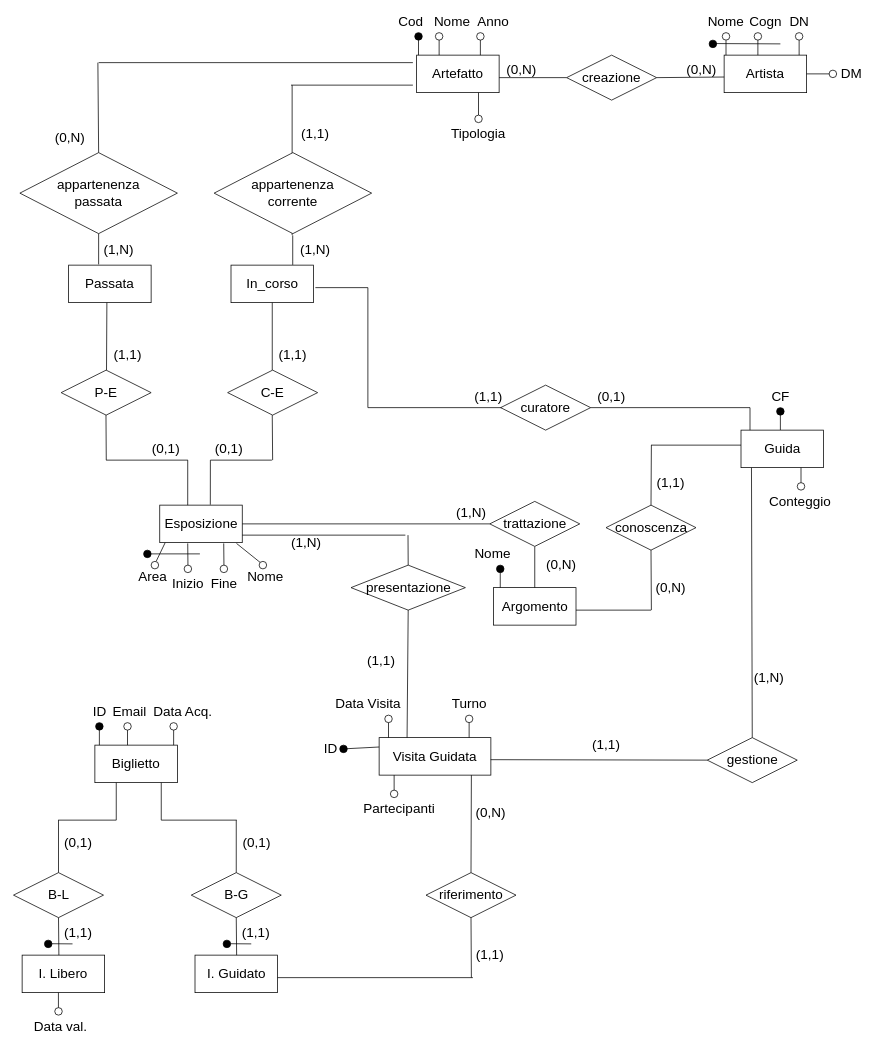
The draw.io diagram Er_Ristrutturato_v3.drawio in Chris-Libra-Unipd/ProgettoBasi, before the edit. Source tidied: cells renumbered, new cells numbered last; positions are measured from the earlier drawing's top-left corner, leaving out a move shared by most shapes. Both pictures are drawn from the tidied source at 75%, with x=0, y=0 at pixel (14, 17).
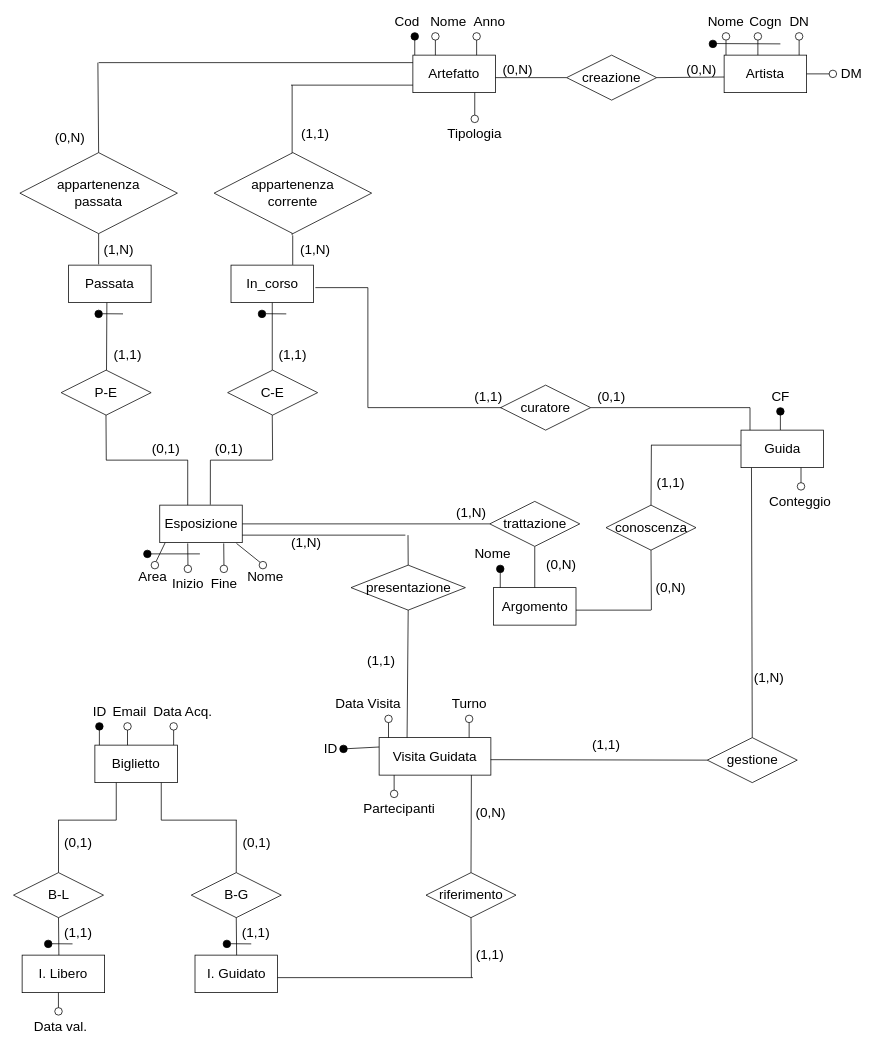
After the change.

Unchanged cells that the change refers to:
```xml
<mxCell id="32" value="&lt;font style=&quot;font-size: 18px;&quot;&gt;creazione&lt;/font&gt;" style="shape=rhombus;perimeter=rhombusPerimeter;whiteSpace=wrap;html=1;align=center;" parent="1" vertex="1">
  <mxGeometry x="737" y="50" width="120" height="60" as="geometry" />
</mxCell>
```

The edit, as a diff of the source:
```diff
@@
     <mxCell id="2" value="&lt;font style=&quot;font-size: 18px;&quot;&gt;Artefatto&lt;/font&gt;" style="whiteSpace=wrap;html=1;align=center;" parent="1" vertex="1">
-      <mxGeometry x="537" y="50" width="110" height="50" as="geometry" />
+      <mxGeometry x="532" y="50" width="110" height="50" as="geometry" />
     </mxCell>
     <mxCell id="3" style="endArrow=none;html=1;rounded=0;entryX=0.5;entryY=1;entryDx=0;entryDy=0;entryPerimeter=0;" parent="1" edge="1" source="12">
       <mxGeometry relative="1" as="geometry">
-        <mxPoint x="539.5" y="30" as="targetPoint" />
+        <mxPoint x="534.5" y="30" as="targetPoint" />
       </mxGeometry>
     </mxCell>
     <mxCell id="4" value="&lt;font style=&quot;font-size: 18px;&quot;&gt;Cod&lt;/font&gt;" style="text;html=1;align=center;verticalAlign=middle;whiteSpace=wrap;rounded=0;" parent="1" vertex="1">
-      <mxGeometry x="507" width="45" height="10" as="geometry" />
+      <mxGeometry x="502" width="45" height="10" as="geometry" />
     </mxCell>
     <mxCell id="5" style="verticalLabelPosition=bottom;verticalAlign=top;html=1;shape=mxgraph.flowchart.on-page_reference;" parent="1" vertex="1">
-      <mxGeometry x="562" y="20" width="10" height="10" as="geometry" />
+      <mxGeometry x="557" y="20" width="10" height="10" as="geometry" />
     </mxCell>
     <mxCell id="6" style="endArrow=none;html=1;rounded=0;entryX=0.5;entryY=1;entryDx=0;entryDy=0;entryPerimeter=0;" parent="1" edge="1" target="5">
       <mxGeometry relative="1" as="geometry">
-        <mxPoint x="567" y="50" as="sourcePoint" />
+        <mxPoint x="562" y="50" as="sourcePoint" />
       </mxGeometry>
     </mxCell>
     <mxCell id="7" value="&lt;font style=&quot;font-size: 18px;&quot;&gt;Nome&lt;/font&gt;" style="text;html=1;align=center;verticalAlign=middle;whiteSpace=wrap;rounded=0;" parent="1" vertex="1">
-      <mxGeometry x="562" width="45" height="10" as="geometry" />
+      <mxGeometry x="557" width="45" height="10" as="geometry" />
     </mxCell>
     <mxCell id="8" style="verticalLabelPosition=bottom;verticalAlign=top;html=1;shape=mxgraph.flowchart.on-page_reference;" parent="1" vertex="1">
-      <mxGeometry x="617" y="20" width="10" height="10" as="geometry" />
+      <mxGeometry x="612" y="20" width="10" height="10" as="geometry" />
     </mxCell>
     <mxCell id="9" style="endArrow=none;html=1;rounded=0;entryX=0.5;entryY=1;entryDx=0;entryDy=0;entryPerimeter=0;" parent="1" edge="1" target="8">
       <mxGeometry relative="1" as="geometry">
-        <mxPoint x="622" y="50" as="sourcePoint" />
+        <mxPoint x="617" y="50" as="sourcePoint" />
       </mxGeometry>
     </mxCell>
     <mxCell id="10" value="&lt;font style=&quot;font-size: 18px;&quot;&gt;Anno&lt;/font&gt;" style="text;html=1;align=center;verticalAlign=middle;whiteSpace=wrap;rounded=0;" parent="1" vertex="1">
-      <mxGeometry x="617" width="45" height="10" as="geometry" />
+      <mxGeometry x="612" width="45" height="10" as="geometry" />
     </mxCell>
     <mxCell id="11" style="endArrow=none;html=1;rounded=0;entryX=0.5;entryY=1;entryDx=0;entryDy=0;entryPerimeter=0;" parent="1" edge="1" target="12">
       <mxGeometry relative="1" as="geometry">
-        <mxPoint x="539.5" y="50" as="sourcePoint" />
+        <mxPoint x="534.5" y="50" as="sourcePoint" />
       </mxGeometry>
     </mxCell>
     <mxCell id="12" style="verticalLabelPosition=bottom;verticalAlign=top;html=1;shape=mxgraph.flowchart.on-page_reference;fillColor=#000000;" parent="1" vertex="1">
-      <mxGeometry x="534.5" y="20" width="10" height="10" as="geometry" />
+      <mxGeometry x="529.5" y="20" width="10" height="10" as="geometry" />
     </mxCell>
@@
-    <mxCell id="30" style="endArrow=none;html=1;rounded=0;entryX=0;entryY=0.5;entryDx=0;entryDy=0;" parent="1" edge="1" target="32">
-      <mxGeometry relative="1" as="geometry">
-        <mxPoint x="647" y="80" as="sourcePoint" />
-      </mxGeometry>
+    <mxCell id="30" style="endArrow=none;html=1;rounded=0;entryX=0;entryY=0.5;entryDx=0;entryDy=0;exitX=1;exitY=0.6;exitDx=0;exitDy=0;exitPerimeter=0;" parent="1" edge="1" source="2" target="32">
+      <mxGeometry relative="1" as="geometry" />
     </mxCell>
@@
     <mxCell id="33" value="&lt;font style=&quot;font-size: 18px;&quot;&gt;(0,N)&lt;/font&gt;" style="text;html=1;align=center;verticalAlign=middle;whiteSpace=wrap;rounded=0;" parent="1" vertex="1">
-      <mxGeometry x="657" y="60" width="40" height="20" as="geometry" />
+      <mxGeometry x="652" y="60" width="40" height="20" as="geometry" />
     </mxCell>
@@
     <mxCell id="115" style="verticalLabelPosition=bottom;verticalAlign=top;html=1;shape=mxgraph.flowchart.on-page_reference;fillColor=#FFFFFF;" parent="1" vertex="1">
-      <mxGeometry x="614.5" y="130" width="10" height="10" as="geometry" />
+      <mxGeometry x="609.5" y="130" width="10" height="10" as="geometry" />
     </mxCell>
     <mxCell id="116" value="&lt;font style=&quot;font-size: 18px;&quot;&gt;Tipologia&lt;/font&gt;" style="text;html=1;align=center;verticalAlign=middle;whiteSpace=wrap;rounded=0;" parent="1" vertex="1">
-      <mxGeometry x="597" y="150" width="45" height="10" as="geometry" />
+      <mxGeometry x="592" y="150" width="45" height="10" as="geometry" />
     </mxCell>
@@
+    <mxCell id="178" style="endArrow=none;html=1;rounded=0;" parent="1" edge="1">
+      <mxGeometry relative="1" as="geometry">
+        <mxPoint x="363.2" y="395" as="sourcePoint" />
+        <mxPoint x="335.8" y="394.8" as="targetPoint" />
+      </mxGeometry>
+    </mxCell>
+    <mxCell id="179" style="verticalLabelPosition=bottom;verticalAlign=top;html=1;shape=mxgraph.flowchart.on-page_reference;fillColor=#000000;" parent="1" vertex="1">
+      <mxGeometry x="325.8" y="390" width="10" height="10" as="geometry" />
+    </mxCell>
+    <mxCell id="180" style="endArrow=none;html=1;rounded=0;" parent="1" edge="1">
+      <mxGeometry relative="1" as="geometry">
+        <mxPoint x="145.5" y="395" as="sourcePoint" />
+        <mxPoint x="118" y="394.8" as="targetPoint" />
+      </mxGeometry>
+    </mxCell>
+    <mxCell id="181" style="verticalLabelPosition=bottom;verticalAlign=top;html=1;shape=mxgraph.flowchart.on-page_reference;fillColor=#000000;" parent="1" vertex="1">
+      <mxGeometry x="108" y="390" width="10" height="10" as="geometry" />
+    </mxCell>
```
